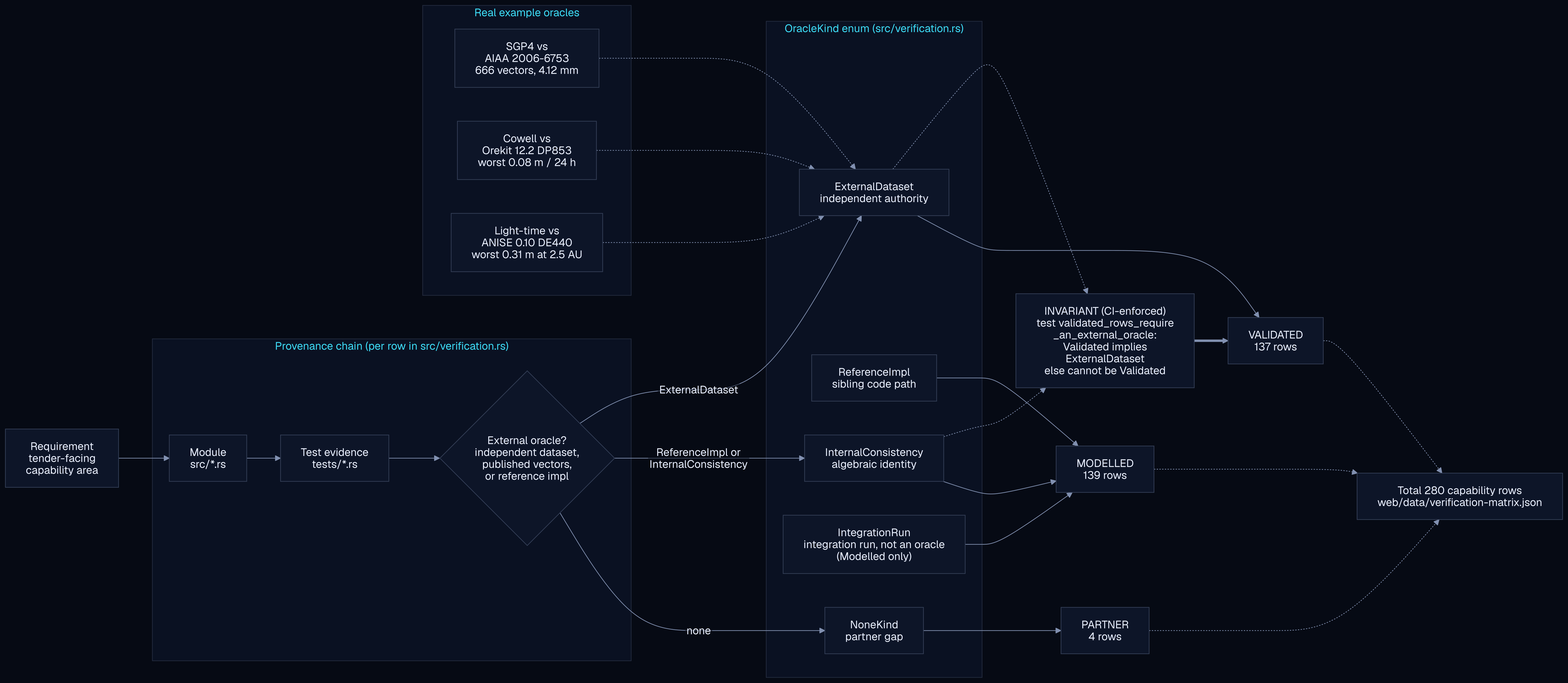
The Mermaid diagram docs/assets/diagrams/validation-provenance.png in ashfordeOU/kshana, before a commit. Its source is kept beside it as docs/diagrams/validation-provenance.mmd.
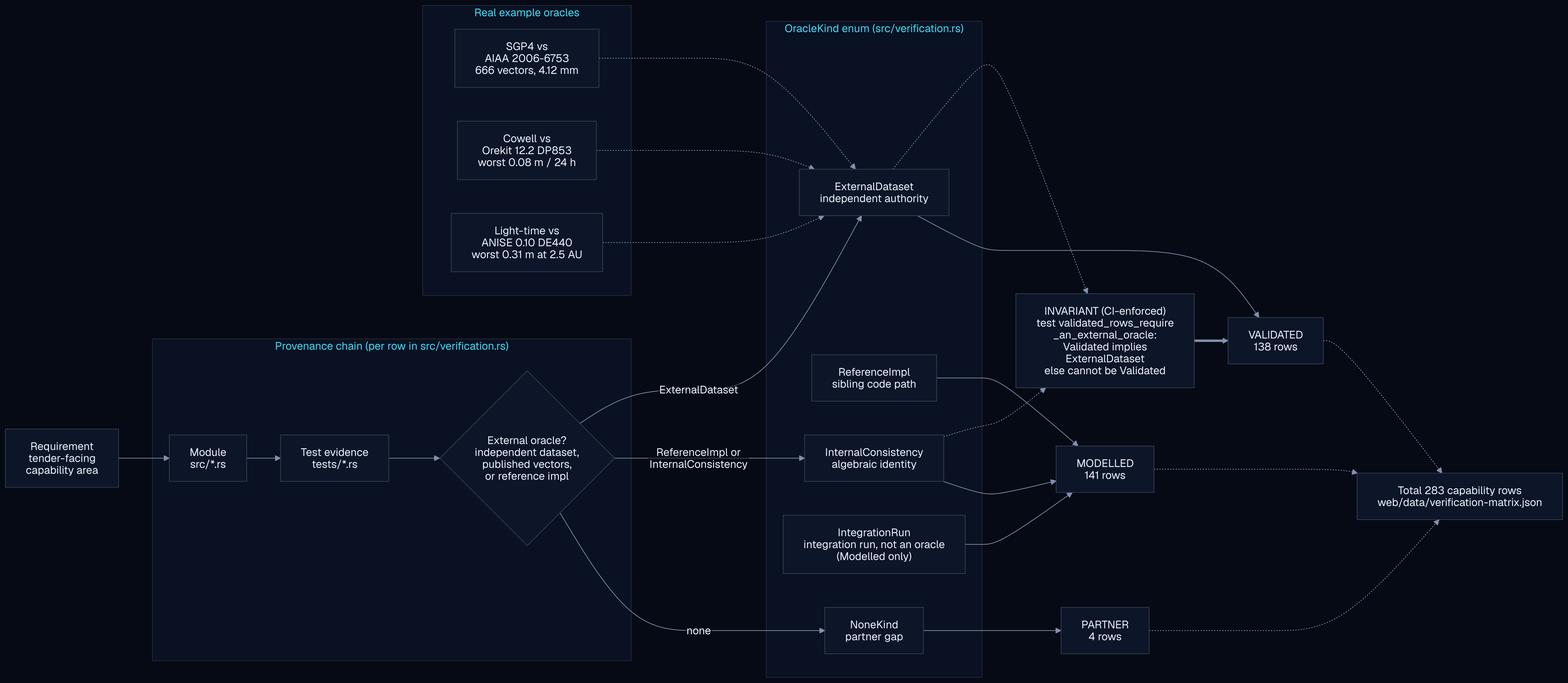
The same file after the commit.

The edit, as a diff of the source:
```diff
@@ -27,8 +27,8 @@
     EXT -.-> GUARD
     INT -.-> GUARD
 
-    EXT --> VAL["VALIDATED<br/>137 rows"]
-    REF --> MDL["MODELLED<br/>139 rows"]
+    EXT --> VAL["VALIDATED<br/>138 rows"]
+    REF --> MDL["MODELLED<br/>141 rows"]
     INT --> MDL
     IRN --> MDL
     NON --> PRT["PARTNER<br/>4 rows"]
@@ -45,7 +45,7 @@
     E2 -.-> EXT
     E3 -.-> EXT
 
-    TOTAL["Total 280 capability rows<br/>web/data/verification-matrix.json"]
+    TOTAL["Total 283 capability rows<br/>web/data/verification-matrix.json"]
     VAL -.-> TOTAL
     MDL -.-> TOTAL
     PRT -.-> TOTAL
```
